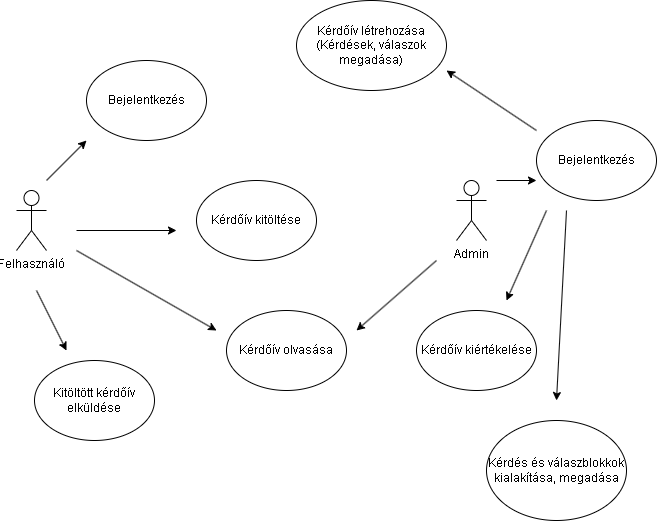
Before: Doc/images/igenyelt_diagram.png, a diagram exported from draw.io (JustCat141/SZFM-Nagyprojekt). Source tidied: cells renumbered, new cells last; positions are measured from the earlier drawing's top-left corner, leaving out a move shared by most shapes.
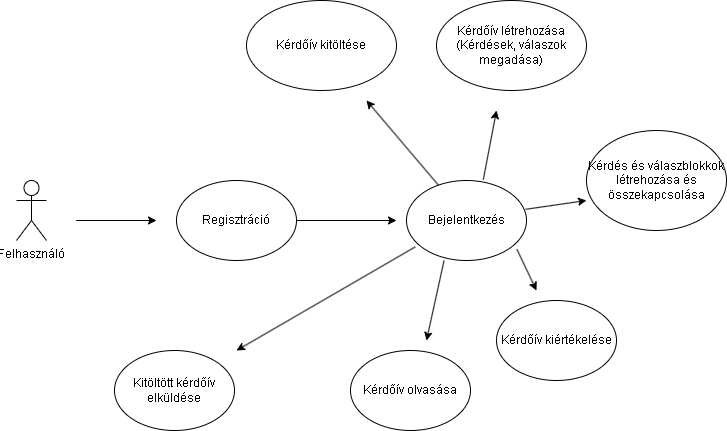
The same file after the commit.

Commit message:
diagram javitasa

What changed in the source:
```diff
@@ -2,89 +2,80 @@
   <root>
     <mxCell id="0" />
     <mxCell id="1" parent="0" />
-    <mxCell id="2" value="Admin" style="shape=umlActor;verticalLabelPosition=bottom;verticalAlign=top;html=1;" parent="1" vertex="1">
-      <mxGeometry x="440" y="180" width="30" height="60" as="geometry" />
-    </mxCell>
     <mxCell id="3" value="Felhasználó" style="shape=umlActor;verticalLabelPosition=bottom;verticalAlign=top;html=1;" parent="1" vertex="1">
-      <mxGeometry y="190" width="30" height="60" as="geometry" />
+      <mxGeometry x="-80" y="190" width="30" height="60" as="geometry" />
     </mxCell>
     <mxCell id="4" value="Kérdőív létrehozása&lt;br&gt;(Kérdések, válaszok megadása)" style="ellipse;whiteSpace=wrap;html=1;labelBackgroundColor=none;" parent="1" vertex="1">
-      <mxGeometry x="280" width="150" height="90" as="geometry" />
+      <mxGeometry x="340" y="10" width="150" height="90" as="geometry" />
     </mxCell>
-    <mxCell id="5" value="Kérdőív kitöltése" style="ellipse;whiteSpace=wrap;html=1;" parent="1" vertex="1">
-      <mxGeometry x="180" y="180" width="120" height="80" as="geometry" />
-    </mxCell>
     <mxCell id="6" value="Kérdőív olvasása" style="ellipse;whiteSpace=wrap;html=1;" parent="1" vertex="1">
-      <mxGeometry x="210" y="310" width="120" height="80" as="geometry" />
+      <mxGeometry x="254" y="360" width="120" height="80" as="geometry" />
     </mxCell>
     <mxCell id="7" style="endArrow=classic;html=1;rounded=0;" parent="1" edge="1">
       <mxGeometry relative="1" as="geometry">
-        <mxPoint x="60" y="230" as="sourcePoint" />
-        <mxPoint x="160" y="230" as="targetPoint" />
+        <mxPoint y="230" as="sourcePoint" />
+        <mxPoint x="60" y="230" as="targetPoint" />
+        <Array as="points">
+          <mxPoint x="-20" y="230" />
+        </Array>
       </mxGeometry>
     </mxCell>
-    <mxCell id="8" style="endArrow=classic;html=1;rounded=0;" parent="1" edge="1">
+    <mxCell id="8" style="endArrow=classic;html=1;rounded=0;exitX=0.073;exitY=0.83;exitDx=0;exitDy=0;exitPerimeter=0;" parent="1" edge="1" source="12">
       <mxGeometry relative="1" as="geometry">
-        <mxPoint x="60" y="250" as="sourcePoint" />
-        <mxPoint x="200" y="330" as="targetPoint" />
+        <mxPoint x="140" y="360" as="targetPoint" />
       </mxGeometry>
     </mxCell>
-    <mxCell id="9" value="Bejelentkezés" style="ellipse;whiteSpace=wrap;html=1;" parent="1" vertex="1">
-      <mxGeometry x="520" y="120" width="120" height="80" as="geometry" />
-    </mxCell>
-    <mxCell id="10" style="endArrow=classic;html=1;rounded=0;" parent="1" edge="1">
-      <mxGeometry relative="1" as="geometry">
-        <mxPoint x="480" y="180" as="sourcePoint" />
-        <mxPoint x="520" y="180" as="targetPoint" />
-      </mxGeometry>
-    </mxCell>
-    <mxCell id="11" style="endArrow=classic;html=1;rounded=0;" parent="1" edge="1">
+    <mxCell id="11" style="endArrow=classic;html=1;rounded=0;exitX=0.64;exitY=-0.01;exitDx=0;exitDy=0;exitPerimeter=0;" parent="1" edge="1" source="12">
       <mxGeometry relative="1" as="geometry">
-        <mxPoint x="520" y="130" as="sourcePoint" />
-        <mxPoint x="430" y="70" as="targetPoint" />
+        <mxPoint x="400" y="120" as="targetPoint" />
       </mxGeometry>
     </mxCell>
     <mxCell id="12" value="Bejelentkezés" style="ellipse;whiteSpace=wrap;html=1;" parent="1" vertex="1">
-      <mxGeometry x="70" y="60" width="120" height="80" as="geometry" />
+      <mxGeometry x="310" y="190" width="120" height="80" as="geometry" />
     </mxCell>
-    <mxCell id="13" style="endArrow=classic;html=1;rounded=0;" parent="1" edge="1">
-      <mxGeometry relative="1" as="geometry">
-        <mxPoint x="30" y="180" as="sourcePoint" />
-        <mxPoint x="70" y="140" as="targetPoint" />
-      </mxGeometry>
-    </mxCell>
-    <mxCell id="14" style="endArrow=classic;html=1;rounded=0;" parent="1" edge="1">
+    <mxCell id="14" style="endArrow=classic;html=1;rounded=0;exitX=0.313;exitY=1;exitDx=0;exitDy=0;exitPerimeter=0;" parent="1" edge="1" source="12">
       <mxGeometry relative="1" as="geometry">
-        <mxPoint x="420" y="260" as="sourcePoint" />
-        <mxPoint x="340" y="330" as="targetPoint" />
+        <mxPoint x="330" y="350" as="targetPoint" />
       </mxGeometry>
     </mxCell>
     <mxCell id="15" value="Kitöltött kérdőív elküldése" style="ellipse;whiteSpace=wrap;html=1;" parent="1" vertex="1">
       <mxGeometry x="18" y="360" width="120" height="80" as="geometry" />
     </mxCell>
-    <mxCell id="16" style="endArrow=classic;html=1;rounded=0;" parent="1" edge="1">
-      <mxGeometry relative="1" as="geometry">
-        <mxPoint x="20" y="290" as="sourcePoint" />
-        <mxPoint x="50" y="350" as="targetPoint" />
-      </mxGeometry>
-    </mxCell>
-    <mxCell id="17" style="endArrow=classic;html=1;rounded=0;" parent="1" edge="1">
+    <mxCell id="17" style="endArrow=classic;html=1;rounded=0;exitX=0.92;exitY=0.86;exitDx=0;exitDy=0;exitPerimeter=0;" parent="1" edge="1" source="12">
       <mxGeometry relative="1" as="geometry">
-        <mxPoint x="530" y="210" as="sourcePoint" />
-        <mxPoint x="490" y="300" as="targetPoint" />
+        <mxPoint x="440" y="300" as="targetPoint" />
       </mxGeometry>
     </mxCell>
     <mxCell id="18" value="Kérdőív kiértékelése" style="ellipse;whiteSpace=wrap;html=1;" parent="1" vertex="1">
       <mxGeometry x="400" y="310" width="120" height="80" as="geometry" />
     </mxCell>
-    <mxCell id="19" style="endArrow=classic;html=1;rounded=0;" parent="1" edge="1">
+    <mxCell id="19" style="endArrow=classic;html=1;rounded=0;exitX=0.993;exitY=0.36;exitDx=0;exitDy=0;exitPerimeter=0;" parent="1" edge="1" source="12">
       <mxGeometry relative="1" as="geometry">
-        <mxPoint x="550" y="210" as="sourcePoint" />
-        <mxPoint x="540" y="400" as="targetPoint" />
+        <mxPoint x="490" y="210" as="targetPoint" />
       </mxGeometry>
     </mxCell>
-    <mxCell id="20" value="Kérdés és válaszblokkok kialakítása, megadása" style="ellipse;whiteSpace=wrap;html=1;" parent="1" vertex="1">
-      <mxGeometry x="470" y="420" width="140" height="100" as="geometry" />
+    <mxCell id="20" value="Kérdés és válaszblokkok létrehozása és összekapcsolása" style="ellipse;whiteSpace=wrap;html=1;" parent="1" vertex="1">
+      <mxGeometry x="490" y="140" width="140" height="100" as="geometry" />
     </mxCell>
+    <mxCell id="21" style="endArrow=classic;html=1;rounded=0;" parent="1" edge="1">
+      <mxGeometry relative="1" as="geometry">
+        <mxPoint x="230" y="230" as="sourcePoint" />
+        <mxPoint x="300" y="230" as="targetPoint" />
+        <Array as="points">
+          <mxPoint x="200" y="230" />
+        </Array>
+      </mxGeometry>
+    </mxCell>
+    <mxCell id="22" value="Regisztráció" style="ellipse;whiteSpace=wrap;html=1;" parent="1" vertex="1">
+      <mxGeometry x="80" y="190" width="120" height="80" as="geometry" />
+    </mxCell>
+    <mxCell id="5" value="Kérdőív kitöltése" style="ellipse;whiteSpace=wrap;html=1;labelBackgroundColor=none;" parent="1" vertex="1">
+      <mxGeometry x="150" y="10" width="150" height="90" as="geometry" />
+    </mxCell>
+    <mxCell id="23" style="endArrow=classic;html=1;rounded=0;exitX=0.267;exitY=0.06;exitDx=0;exitDy=0;exitPerimeter=0;" parent="1" edge="1" source="12">
+      <mxGeometry relative="1" as="geometry">
+        <mxPoint x="270" y="110" as="targetPoint" />
+      </mxGeometry>
+    </mxCell>
   </root>
 </mxGraphModel>
```
